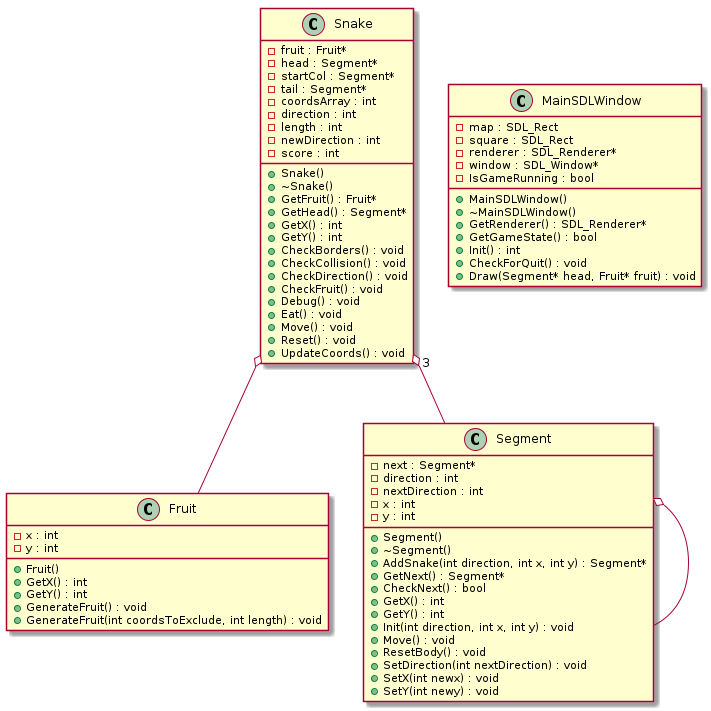
Earlier version of the PlantUML export uml/classes.png (Sh4dy01/gtech1-b10-snake).
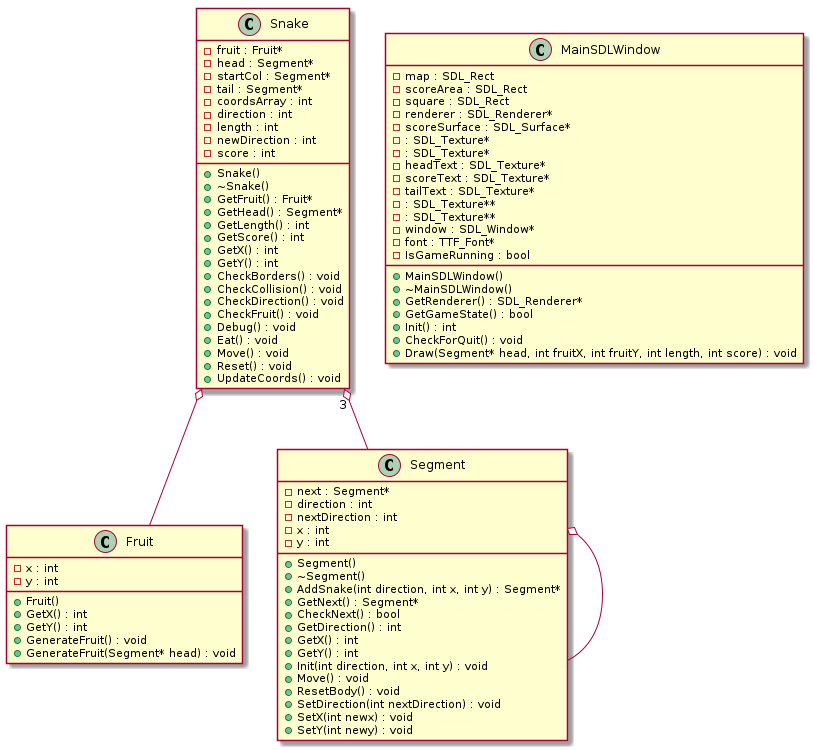
After the commit.

Diff of the diagram source:
```diff
@@ -12,7 +12,7 @@
 	-x : int
 	-y : int
 	+GenerateFruit() : void
-	+GenerateFruit(int coordsToExclude, int length) : void
+	+GenerateFruit(Segment* head) : void
 }
 
 
@@ -20,15 +20,25 @@
 	+MainSDLWindow()
 	+~MainSDLWindow()
 	-map : SDL_Rect
+	-scoreArea : SDL_Rect
 	-square : SDL_Rect
 	+GetRenderer() : SDL_Renderer*
 	-renderer : SDL_Renderer*
+	-scoreSurface : SDL_Surface*
+	- : SDL_Texture*
+	- : SDL_Texture*
+	-headText : SDL_Texture*
+	-scoreText : SDL_Texture*
+	-tailText : SDL_Texture*
+	- : SDL_Texture**
+	- : SDL_Texture**
 	-window : SDL_Window*
+	-font : TTF_Font*
 	+GetGameState() : bool
 	-IsGameRunning : bool
 	+Init() : int
 	+CheckForQuit() : void
-	+Draw(Segment* head, Fruit* fruit) : void
+	+Draw(Segment* head, int fruitX, int fruitY, int length, int score) : void
 }
 
 
@@ -39,6 +49,7 @@
 	+GetNext() : Segment*
 	-next : Segment*
 	+CheckNext() : bool
+	+GetDirection() : int
 	+GetX() : int
 	+GetY() : int
 	-direction : int
@@ -63,6 +74,8 @@
 	-head : Segment*
 	-startCol : Segment*
 	-tail : Segment*
+	+GetLength() : int
+	+GetScore() : int
 	+GetX() : int
 	+GetY() : int
 	-coordsArray : int
```
